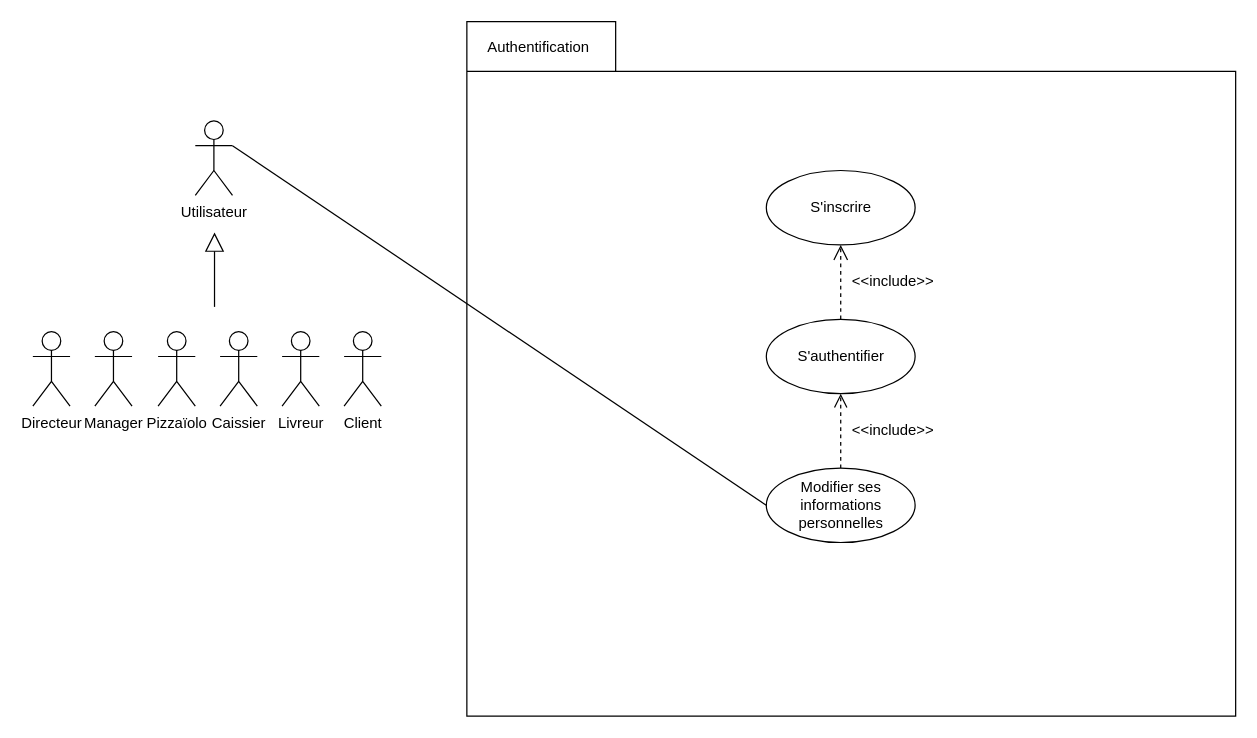
damien-devpy/OC-P4 keeps this draw.io diagram as Authentification.drawio. Above is the earlier version. Source tidied: cells renumbered, new cells numbered last; positions are measured from the earlier drawing's top-left corner, leaving out a move shared by most shapes. Both pictures are drawn from the tidied source at 124%, with x=0, y=0 at pixel (32, 21).
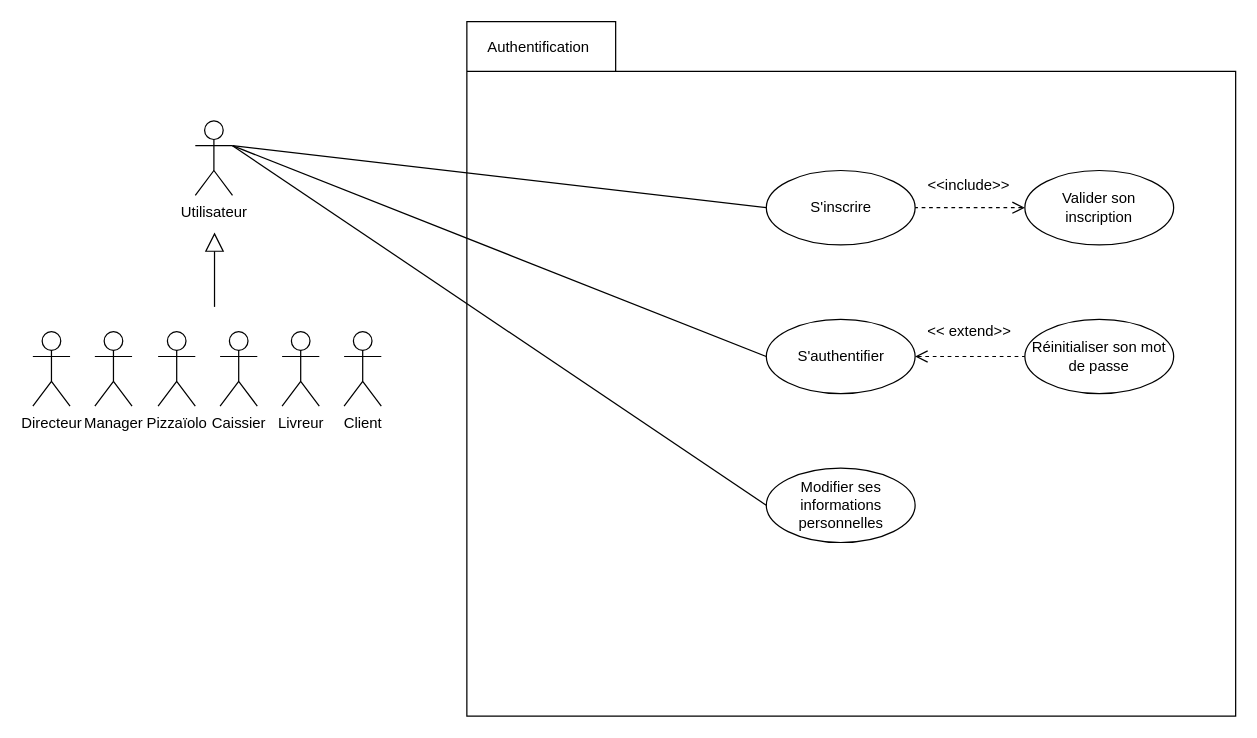
The same page after the edit.

Unchanged cells that the change refers to:
```xml
<mxCell id="2" style="group;" parent="1" vertex="1">
  <mxGeometry x="350" width="620" height="560" as="geometry" />
</mxCell>
<mxCell id="5" value="S'authentifier" style="ellipse;whiteSpace=wrap;html=1;fillColor=none;" parent="2" vertex="1">
  <mxGeometry x="241.5" y="240" width="120" height="60" as="geometry" />
</mxCell>
<mxCell id="6" value="S'inscrire" style="ellipse;whiteSpace=wrap;html=1;fillColor=none;" parent="2" vertex="1">
  <mxGeometry x="241.5" y="120" width="120" height="60" as="geometry" />
</mxCell>
<mxCell id="9" value="Modifier ses informations personnelles" style="ellipse;whiteSpace=wrap;html=1;fillColor=none;" parent="2" vertex="1">
  <mxGeometry x="241.5" y="360" width="120" height="60" as="geometry" />
</mxCell>
<mxCell id="12" value="Utilisateur" style="shape=umlActor;verticalLabelPosition=bottom;labelBackgroundColor=#ffffff;verticalAlign=top;html=1;outlineConnect=0;" parent="1" vertex="1">
  <mxGeometry x="131" y="80" width="30" height="60" as="geometry" />
</mxCell>
```

The edit, as a diff of the source:
```diff
@@
-    <mxCell id="7" style="edgeStyle=none;rounded=0;jettySize=auto;html=1;entryX=0.5;entryY=1;entryDx=0;entryDy=0;endArrow=open;endFill=0;endSize=10;strokeWidth=1;startArrow=none;startFill=0;targetPerimeterSpacing=0;dashed=1;exitX=0.5;exitY=0;exitDx=0;exitDy=0;" parent="2" edge="1" source="5" target="6">
-      <mxGeometry relative="1" as="geometry" />
-    </mxCell>
-    <mxCell id="8" value="&amp;lt;&amp;lt;include&amp;gt;&amp;gt;" style="text;html=1;strokeColor=none;fillColor=none;align=center;verticalAlign=middle;whiteSpace=wrap;rounded=0;" parent="2" vertex="1">
-      <mxGeometry x="308.5" y="200" width="70" height="20" as="geometry" />
-    </mxCell>
@@
-    <mxCell id="10" style="endArrow=open;dashed=1;html=1;entryX=0.5;entryY=1;entryDx=0;entryDy=0;exitX=0.5;exitY=0;exitDx=0;exitDy=0;startArrow=none;startFill=0;endFill=0;endSize=9;" parent="2" edge="1" source="9" target="5">
-      <mxGeometry relative="1" as="geometry" />
-    </mxCell>
-    <mxCell id="11" value="&amp;lt;&amp;lt;include&amp;gt;&amp;gt;" style="text;html=1;strokeColor=none;fillColor=none;align=center;verticalAlign=middle;whiteSpace=wrap;rounded=0;" parent="2" vertex="1">
-      <mxGeometry x="308.5" y="320" width="70" height="20" as="geometry" />
-    </mxCell>
+    <mxCell id="21" value="Valider son&lt;br&gt;inscription" style="ellipse;whiteSpace=wrap;html=1;fillColor=none;" parent="2" vertex="1">
+      <mxGeometry x="450" y="120" width="120" height="60" as="geometry" />
+    </mxCell>
+    <mxCell id="22" style="endArrow=none;dashed=1;html=1;exitX=0;exitY=0.5;exitDx=0;exitDy=0;entryX=1;entryY=0.5;entryDx=0;entryDy=0;startArrow=open;startFill=0;endFill=0;endSize=8;startSize=8;" parent="2" edge="1" source="21" target="6">
+      <mxGeometry relative="1" as="geometry" />
+    </mxCell>
+    <mxCell id="23" value="&amp;lt;&amp;lt;include&amp;gt;&amp;gt;" style="text;html=1;strokeColor=none;fillColor=none;align=center;verticalAlign=middle;whiteSpace=wrap;rounded=0;" parent="2" vertex="1">
+      <mxGeometry x="385" y="122" width="40" height="20" as="geometry" />
+    </mxCell>
+    <mxCell id="24" value="Réinitialiser son mot de passe" style="ellipse;whiteSpace=wrap;html=1;fillColor=none;" parent="2" vertex="1">
+      <mxGeometry x="450" y="240" width="120" height="60" as="geometry" />
+    </mxCell>
+    <mxCell id="25" style="endArrow=none;dashed=1;html=1;exitX=1;exitY=0.5;exitDx=0;exitDy=0;entryX=0;entryY=0.5;entryDx=0;entryDy=0;startArrow=open;startFill=0;endFill=0;endSize=8;startSize=8;" parent="2" edge="1" source="5" target="24">
+      <mxGeometry relative="1" as="geometry" />
+    </mxCell>
+    <mxCell id="26" value="&amp;lt;&amp;lt; extend&amp;gt;&amp;gt;" style="text;html=1;strokeColor=none;fillColor=none;align=center;verticalAlign=middle;whiteSpace=wrap;rounded=0;" parent="2" vertex="1">
+      <mxGeometry x="367.5" y="240" width="75" height="20" as="geometry" />
+    </mxCell>
@@
+    <mxCell id="27" style="endArrow=none;html=1;entryX=0;entryY=0.5;entryDx=0;entryDy=0;exitX=1;exitY=0.3333333333333333;exitDx=0;exitDy=0;exitPerimeter=0;" parent="1" edge="1" source="12" target="5">
+      <mxGeometry relative="1" as="geometry" />
+    </mxCell>
+    <mxCell id="28" style="endArrow=none;html=1;entryX=0;entryY=0.5;entryDx=0;entryDy=0;exitX=1;exitY=0.3333333333333333;exitDx=0;exitDy=0;exitPerimeter=0;" parent="1" edge="1" source="12" target="6">
+      <mxGeometry relative="1" as="geometry" />
+    </mxCell>
```
